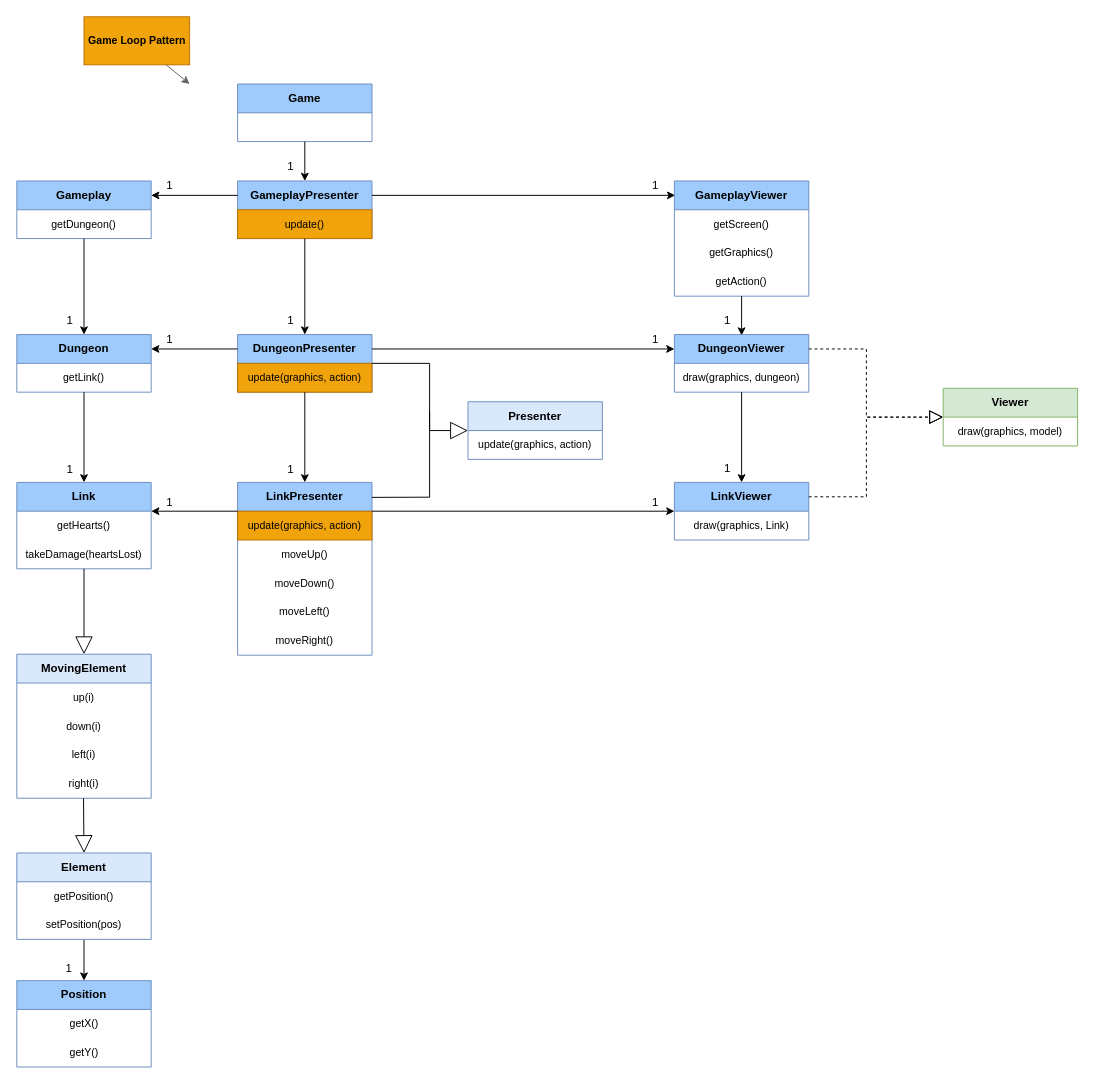
The draw.io diagram UML.drawio in tomas-sucena/2022-FEUP-LDTS, before the edit. Source tidied: cells renumbered, new cells numbered last; positions are measured from the earlier drawing's top-left corner, leaving out a move shared by most shapes. Both pictures are drawn from the tidied source at 96%, with x=0, y=0 at pixel (16, 16).
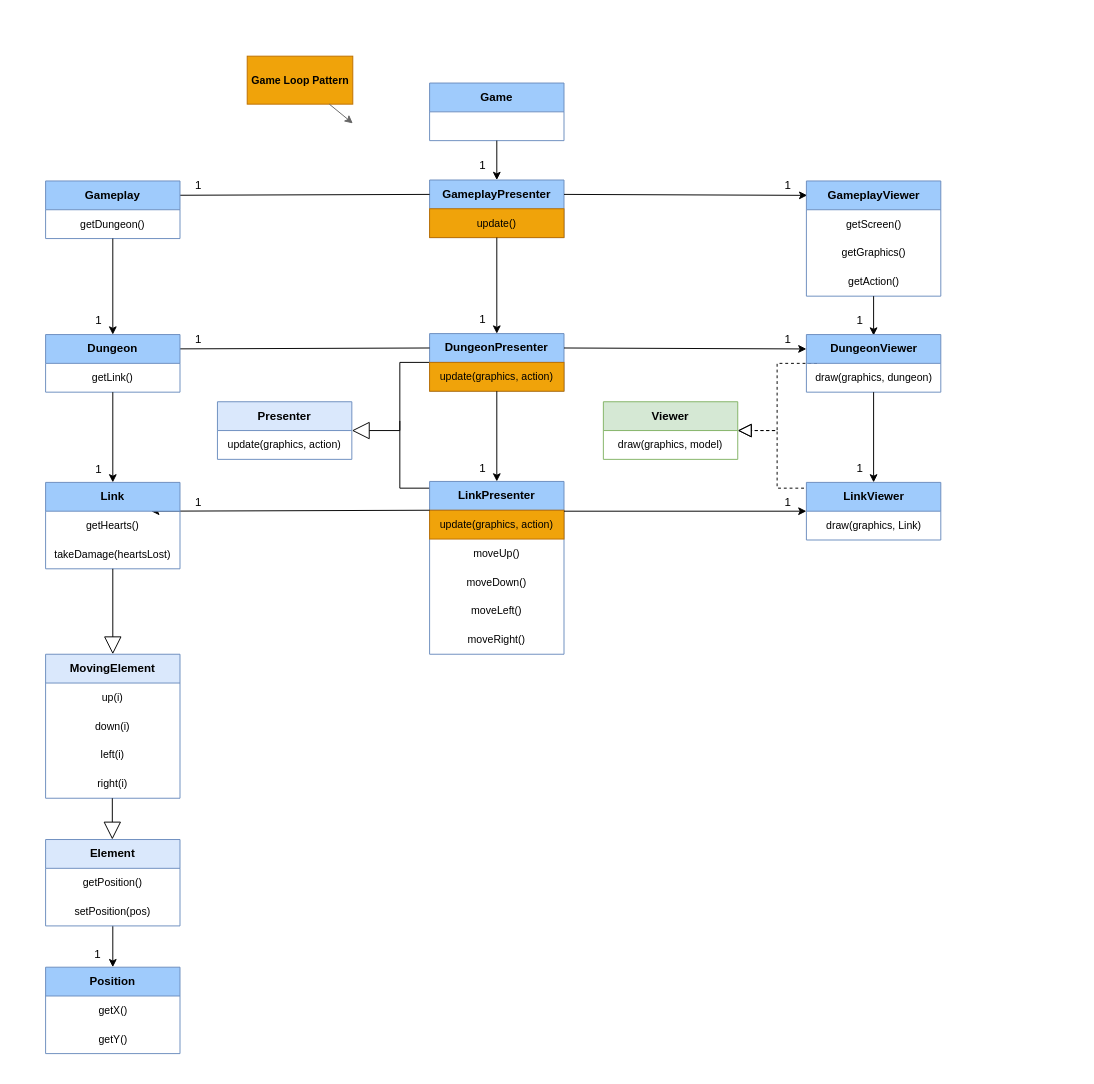
The same page after the edit.

Unchanged cells that the change refers to:
```xml
<mxCell id="24" value="&lt;font style=&quot;font-size: 11px;&quot;&gt;update(graphics, action)&lt;/font&gt;" style="text;html=1;strokeColor=#BD7000;fillColor=#f0a30a;align=center;verticalAlign=middle;whiteSpace=wrap;rounded=0;fontColor=#000000;" parent="23" vertex="1">
  <mxGeometry y="30" width="140" height="30" as="geometry" />
</mxCell>
<mxCell id="40" value="&lt;font style=&quot;font-size: 11px;&quot;&gt;update(graphics, action)&lt;/font&gt;" style="text;html=1;strokeColor=#BD7000;fillColor=#f0a30a;align=center;verticalAlign=middle;whiteSpace=wrap;rounded=0;fontColor=#000000;" parent="39" vertex="1">
  <mxGeometry y="30" width="140" height="30" as="geometry" />
</mxCell>
<mxCell id="46" value="&lt;font style=&quot;font-size: 11px;&quot;&gt;draw(graphics, Link)&lt;/font&gt;" style="text;html=1;strokeColor=none;fillColor=none;align=center;verticalAlign=middle;whiteSpace=wrap;rounded=0;" parent="45" vertex="1">
  <mxGeometry y="30" width="140" height="30" as="geometry" />
</mxCell>
```

The edit, as a diff of the source:
```diff
@@
+    <mxCell id="72" style="endArrow=block;endSize=16;endFill=0;html=1;rounded=0;fontSize=11;exitX=0;exitY=0.5;exitDx=0;exitDy=0;entryX=1;entryY=0.5;entryDx=0;entryDy=0;" parent="1" edge="1" target="73">
+      <mxGeometry relative="1" as="geometry">
+        <mxPoint x="445" y="360" as="sourcePoint" />
+        <Array as="points">
+          <mxPoint x="399" y="360" />
+          <mxPoint x="399" y="431" />
+        </Array>
+      </mxGeometry>
+    </mxCell>
+    <mxCell id="73" value="&lt;b&gt;Presenter&lt;/b&gt;" style="swimlane;fontStyle=0;horizontal=1;startSize=30;whiteSpace=wrap;html=1;fillColor=#dae8fc;strokeColor=#6c8ebf;" parent="1" vertex="1">
+      <mxGeometry x="209" y="401" width="140" height="60" as="geometry" />
+    </mxCell>
+    <mxCell id="74" value="&lt;font style=&quot;font-size: 11px;&quot;&gt;update(graphics, action)&lt;br&gt;&lt;/font&gt;" style="text;html=1;strokeColor=none;fillColor=none;align=center;verticalAlign=middle;whiteSpace=wrap;rounded=0;" parent="73" vertex="1">
+      <mxGeometry y="30" width="140" height="30" as="geometry" />
+    </mxCell>
+    <mxCell id="76" style="endArrow=none;html=1;rounded=0;fontSize=11;startSize=6;jumpSize=6;" parent="1" edge="1">
+      <mxGeometry relative="1" as="geometry">
+        <mxPoint x="445" y="491" as="sourcePoint" />
+        <mxPoint x="399" y="421" as="targetPoint" />
+        <Array as="points">
+          <mxPoint x="399" y="491" />
+        </Array>
+      </mxGeometry>
+    </mxCell>
+    <mxCell id="79" style="endArrow=block;dashed=1;endFill=0;endSize=12;html=1;rounded=0;" parent="1" edge="1">
+      <mxGeometry relative="1" as="geometry">
+        <mxPoint x="832" y="491" as="sourcePoint" />
+        <mxPoint x="751" y="431" as="targetPoint" />
+        <Array as="points">
+          <mxPoint x="792" y="491" />
+          <mxPoint x="792" y="431" />
+        </Array>
+      </mxGeometry>
+    </mxCell>
+    <mxCell id="80" style="endArrow=block;dashed=1;endFill=0;endSize=12;html=1;rounded=0;exitX=0;exitY=0.5;exitDx=0;exitDy=0;" parent="1" edge="1">
+      <mxGeometry relative="1" as="geometry">
+        <mxPoint x="833.5" y="361" as="sourcePoint" />
+        <mxPoint x="751" y="431" as="targetPoint" />
+        <Array as="points">
+          <mxPoint x="792" y="361" />
+          <mxPoint x="792" y="431" />
+        </Array>
+      </mxGeometry>
+    </mxCell>
     <mxCell id="2" value="&lt;b&gt;Game&lt;/b&gt;" style="swimlane;fontStyle=0;horizontal=1;startSize=30;whiteSpace=wrap;html=1;fillColor=#9FCBFC;strokeColor=#6c8ebf;" parent="1" vertex="1">
-      <mxGeometry x="230" y="70" width="140" height="60" as="geometry" />
+      <mxGeometry x="430" y="69" width="140" height="60" as="geometry" />
     </mxCell>
     <mxCell id="3" value="&lt;b&gt;GameplayPresenter&lt;/b&gt;" style="swimlane;fontStyle=0;horizontal=1;startSize=30;whiteSpace=wrap;html=1;fillColor=#9FCBFC;strokeColor=#6c8ebf;" parent="1" vertex="1">
-      <mxGeometry x="230" y="171" width="140" height="60" as="geometry" />
+      <mxGeometry x="430" y="170" width="140" height="60" as="geometry" />
     </mxCell>
@@
     <mxCell id="6" value="1" style="text;html=1;align=center;verticalAlign=middle;strokeColor=none;fillColor=none;" parent="1" vertex="1">
-      <mxGeometry x="270" y="141" width="30" height="30" as="geometry" />
+      <mxGeometry x="470" y="140" width="30" height="30" as="geometry" />
     </mxCell>
@@
     <mxCell id="8" value="1" style="text;html=1;align=center;verticalAlign=middle;strokeColor=none;fillColor=none;" parent="1" vertex="1">
-      <mxGeometry x="650" y="161" width="30" height="30" as="geometry" />
+      <mxGeometry x="787.5" y="161" width="30" height="30" as="geometry" />
     </mxCell>
     <mxCell id="9" value="&lt;b&gt;GameplayViewer&lt;/b&gt;" style="swimlane;fontStyle=0;horizontal=1;startSize=30;whiteSpace=wrap;html=1;fillColor=#9FCBFC;strokeColor=#6c8ebf;" parent="1" vertex="1">
-      <mxGeometry x="685" y="171" width="140" height="120" as="geometry" />
+      <mxGeometry x="822.5" y="171" width="140" height="120" as="geometry" />
     </mxCell>
@@
-    <mxCell id="13" style="endArrow=classic;html=1;rounded=0;exitX=1;exitY=0.25;exitDx=0;exitDy=0;" parent="1" edge="1">
+    <mxCell id="13" style="endArrow=classic;html=1;rounded=0;exitX=0;exitY=0.25;exitDx=0;exitDy=0;" parent="1" edge="1" source="3">
       <mxGeometry relative="1" as="geometry">
-        <mxPoint x="230" y="186" as="sourcePoint" />
         <mxPoint x="140" y="186" as="targetPoint" />
       </mxGeometry>
     </mxCell>
     <mxCell id="14" value="1" style="text;html=1;align=center;verticalAlign=middle;strokeColor=none;fillColor=none;" parent="1" vertex="1">
-      <mxGeometry x="144" y="161" width="30" height="30" as="geometry" />
+      <mxGeometry x="174" y="161" width="30" height="30" as="geometry" />
     </mxCell>
     <mxCell id="15" value="&lt;b&gt;Gameplay&lt;/b&gt;" style="swimlane;fontStyle=0;horizontal=1;startSize=30;whiteSpace=wrap;html=1;fillColor=#9FCBFC;strokeColor=#6c8ebf;" parent="1" vertex="1">
-      <mxGeometry y="171" width="140" height="60" as="geometry" />
+      <mxGeometry x="30" y="171" width="140" height="60" as="geometry" />
     </mxCell>
@@
     <mxCell id="17" style="endArrow=classic;html=1;rounded=0;" parent="1" edge="1">
       <mxGeometry relative="1" as="geometry">
-        <mxPoint x="300" y="231" as="sourcePoint" />
-        <mxPoint x="300" y="331" as="targetPoint" />
+        <mxPoint x="500" y="230" as="sourcePoint" />
+        <mxPoint x="500" y="330" as="targetPoint" />
       </mxGeometry>
     </mxCell>
     <mxCell id="18" value="1" style="text;html=1;align=center;verticalAlign=middle;strokeColor=none;fillColor=none;" parent="1" vertex="1">
-      <mxGeometry x="270" y="301" width="30" height="30" as="geometry" />
+      <mxGeometry x="470" y="300" width="30" height="30" as="geometry" />
     </mxCell>
     <mxCell id="19" style="endArrow=classic;html=1;rounded=0;" parent="1" edge="1">
       <mxGeometry relative="1" as="geometry">
-        <mxPoint x="755" y="291" as="sourcePoint" />
-        <mxPoint x="755" y="332" as="targetPoint" />
+        <mxPoint x="892.5" y="291" as="sourcePoint" />
+        <mxPoint x="892.5" y="332" as="targetPoint" />
       </mxGeometry>
     </mxCell>
     <mxCell id="20" value="1" style="text;html=1;align=center;verticalAlign=middle;strokeColor=none;fillColor=none;" parent="1" vertex="1">
-      <mxGeometry x="725" y="302" width="30" height="30" as="geometry" />
+      <mxGeometry x="862.5" y="302" width="30" height="30" as="geometry" />
     </mxCell>
     <mxCell id="21" style="endArrow=classic;html=1;rounded=0;" parent="1" edge="1">
       <mxGeometry relative="1" as="geometry">
-        <mxPoint x="70" y="231" as="sourcePoint" />
-        <mxPoint x="70" y="331" as="targetPoint" />
+        <mxPoint x="100" y="231" as="sourcePoint" />
+        <mxPoint x="100" y="331" as="targetPoint" />
       </mxGeometry>
     </mxCell>
     <mxCell id="22" value="1" style="text;html=1;align=center;verticalAlign=middle;strokeColor=none;fillColor=none;" parent="1" vertex="1">
-      <mxGeometry x="40" y="301" width="30" height="30" as="geometry" />
+      <mxGeometry x="70" y="301" width="30" height="30" as="geometry" />
     </mxCell>
     <mxCell id="23" value="&lt;b&gt;DungeonPresenter&lt;/b&gt;" style="swimlane;fontStyle=0;horizontal=1;startSize=30;whiteSpace=wrap;html=1;fillColor=#9FCBFC;strokeColor=#6c8ebf;" parent="1" vertex="1">
-      <mxGeometry x="230" y="331" width="140" height="60" as="geometry" />
+      <mxGeometry x="430" y="330" width="140" height="60" as="geometry" />
     </mxCell>
@@
     <mxCell id="26" value="1" style="text;html=1;align=center;verticalAlign=middle;strokeColor=none;fillColor=none;" parent="1" vertex="1">
-      <mxGeometry x="650" y="321" width="30" height="30" as="geometry" />
+      <mxGeometry x="787.5" y="321" width="30" height="30" as="geometry" />
     </mxCell>
     <mxCell id="27" value="&lt;b&gt;DungeonViewer&lt;/b&gt;" style="swimlane;fontStyle=0;horizontal=1;startSize=30;whiteSpace=wrap;html=1;fillColor=#9FCBFC;strokeColor=#6c8ebf;" parent="1" vertex="1">
-      <mxGeometry x="685" y="331" width="140" height="60" as="geometry" />
+      <mxGeometry x="822.5" y="331" width="140" height="60" as="geometry" />
     </mxCell>
@@
-    <mxCell id="29" style="endArrow=classic;html=1;rounded=0;exitX=1;exitY=0.25;exitDx=0;exitDy=0;" parent="1" edge="1">
+    <mxCell id="29" style="endArrow=classic;html=1;rounded=0;exitX=0;exitY=0.25;exitDx=0;exitDy=0;" parent="1" edge="1" source="23">
       <mxGeometry relative="1" as="geometry">
-        <mxPoint x="230" y="346" as="sourcePoint" />
         <mxPoint x="140" y="346" as="targetPoint" />
       </mxGeometry>
     </mxCell>
     <mxCell id="30" value="1" style="text;html=1;align=center;verticalAlign=middle;strokeColor=none;fillColor=none;" parent="1" vertex="1">
-      <mxGeometry x="144" y="321" width="30" height="30" as="geometry" />
+      <mxGeometry x="174" y="321" width="30" height="30" as="geometry" />
     </mxCell>
     <mxCell id="31" value="&lt;b&gt;Dungeon&lt;/b&gt;" style="swimlane;fontStyle=0;horizontal=1;startSize=30;whiteSpace=wrap;html=1;fillColor=#9FCBFC;strokeColor=#6c8ebf;" parent="1" vertex="1">
-      <mxGeometry y="331" width="140" height="60" as="geometry" />
+      <mxGeometry x="30" y="331" width="140" height="60" as="geometry" />
     </mxCell>
@@
     <mxCell id="33" style="endArrow=classic;html=1;rounded=0;entryX=0.5;entryY=0;entryDx=0;entryDy=0;" parent="1" edge="1" target="39">
       <mxGeometry relative="1" as="geometry">
-        <mxPoint x="300" y="391" as="sourcePoint" />
+        <mxPoint x="500" y="390" as="sourcePoint" />
       </mxGeometry>
     </mxCell>
     <mxCell id="34" value="1" style="text;html=1;align=center;verticalAlign=middle;strokeColor=none;fillColor=none;" parent="1" vertex="1">
-      <mxGeometry x="270" y="457" width="30" height="30" as="geometry" />
+      <mxGeometry x="470" y="456" width="30" height="30" as="geometry" />
     </mxCell>
     <mxCell id="35" style="endArrow=classic;html=1;rounded=0;" parent="1" edge="1" target="45">
       <mxGeometry relative="1" as="geometry">
-        <mxPoint x="755" y="391" as="sourcePoint" />
+        <mxPoint x="892.5" y="391" as="sourcePoint" />
       </mxGeometry>
     </mxCell>
     <mxCell id="36" value="1" style="text;html=1;align=center;verticalAlign=middle;strokeColor=none;fillColor=none;" parent="1" vertex="1">
-      <mxGeometry x="725" y="456" width="30" height="30" as="geometry" />
+      <mxGeometry x="862.5" y="456" width="30" height="30" as="geometry" />
     </mxCell>
     <mxCell id="37" style="endArrow=classic;html=1;rounded=0;entryX=0.5;entryY=0;entryDx=0;entryDy=0;" parent="1" edge="1" target="49">
       <mxGeometry relative="1" as="geometry">
-        <mxPoint x="70" y="391" as="sourcePoint" />
+        <mxPoint x="100" y="391" as="sourcePoint" />
       </mxGeometry>
     </mxCell>
     <mxCell id="38" value="1" style="text;html=1;align=center;verticalAlign=middle;strokeColor=none;fillColor=none;" parent="1" vertex="1">
-      <mxGeometry x="40" y="457" width="30" height="30" as="geometry" />
+      <mxGeometry x="70" y="457" width="30" height="30" as="geometry" />
     </mxCell>
     <mxCell id="39" value="&lt;b&gt;LinkPresenter&lt;/b&gt;" style="swimlane;fontStyle=0;horizontal=1;startSize=30;whiteSpace=wrap;html=1;fillColor=#9FCBFC;strokeColor=#6c8ebf;" parent="1" vertex="1">
-      <mxGeometry x="230" y="485" width="140" height="180" as="geometry" />
+      <mxGeometry x="430" y="484" width="140" height="180" as="geometry" />
     </mxCell>
@@
     <mxCell id="45" value="&lt;b&gt;LinkViewer&lt;/b&gt;" style="swimlane;fontStyle=0;horizontal=1;startSize=30;whiteSpace=wrap;html=1;fillColor=#9FCBFC;strokeColor=#6c8ebf;" parent="1" vertex="1">
-      <mxGeometry x="685" y="485" width="140" height="60" as="geometry" />
+      <mxGeometry x="822.5" y="485" width="140" height="60" as="geometry" />
     </mxCell>
@@
-    <mxCell id="47" style="endArrow=classic;html=1;rounded=0;exitX=1;exitY=0.25;exitDx=0;exitDy=0;" parent="1" edge="1">
+    <mxCell id="47" style="endArrow=classic;html=1;rounded=0;exitX=0;exitY=0;exitDx=0;exitDy=0;" parent="1" edge="1" source="40">
       <mxGeometry relative="1" as="geometry">
-        <mxPoint x="230" y="515" as="sourcePoint" />
         <mxPoint x="140" y="515" as="targetPoint" />
       </mxGeometry>
     </mxCell>
     <mxCell id="48" value="1" style="text;html=1;align=center;verticalAlign=middle;strokeColor=none;fillColor=none;" parent="1" vertex="1">
-      <mxGeometry x="144" y="491" width="30" height="30" as="geometry" />
+      <mxGeometry x="174" y="491" width="30" height="30" as="geometry" />
     </mxCell>
     <mxCell id="49" value="&lt;b&gt;Link&lt;/b&gt;" style="swimlane;fontStyle=0;horizontal=1;startSize=30;whiteSpace=wrap;html=1;fillColor=#9FCBFC;strokeColor=#6c8ebf;" parent="1" vertex="1">
-      <mxGeometry y="485" width="140" height="90" as="geometry" />
+      <mxGeometry x="30" y="485" width="140" height="90" as="geometry" />
     </mxCell>
@@
     <mxCell id="52" style="endArrow=classic;html=1;rounded=0;entryX=0.5;entryY=0;entryDx=0;entryDy=0;" parent="1" edge="1" target="66">
       <mxGeometry relative="1" as="geometry">
-        <mxPoint x="70" y="961" as="sourcePoint" />
+        <mxPoint x="100" y="947" as="sourcePoint" />
       </mxGeometry>
     </mxCell>
     <mxCell id="53" value="1" style="text;html=1;align=center;verticalAlign=middle;strokeColor=none;fillColor=none;" parent="1" vertex="1">
-      <mxGeometry x="39.3" y="976" width="30" height="30" as="geometry" />
+      <mxGeometry x="69.3" y="962" width="30" height="30" as="geometry" />
     </mxCell>
-    <mxCell id="54" style="endArrow=classic;html=1;rounded=0;exitX=1;exitY=0.25;exitDx=0;exitDy=0;entryX=0;entryY=0.25;entryDx=0;entryDy=0;" parent="1" edge="1">
+    <mxCell id="54" style="endArrow=classic;html=1;rounded=0;entryX=0;entryY=0;entryDx=0;entryDy=0;" parent="1" edge="1" target="46">
       <mxGeometry relative="1" as="geometry">
-        <mxPoint x="370" y="515" as="sourcePoint" />
-        <mxPoint x="685" y="515" as="targetPoint" />
+        <mxPoint x="570" y="515" as="sourcePoint" />
       </mxGeometry>
     </mxCell>
     <mxCell id="55" value="1" style="text;html=1;align=center;verticalAlign=middle;strokeColor=none;fillColor=none;" parent="1" vertex="1">
-      <mxGeometry x="650" y="491" width="30" height="30" as="geometry" />
+      <mxGeometry x="787.5" y="491" width="30" height="30" as="geometry" />
     </mxCell>
@@
     <mxCell id="57" value="&lt;b&gt;MovingElement&lt;/b&gt;" style="swimlane;fontStyle=0;horizontal=1;startSize=30;whiteSpace=wrap;html=1;fillColor=#dae8fc;strokeColor=#6c8ebf;" parent="1" vertex="1">
-      <mxGeometry y="664" width="140" height="150" as="geometry" />
+      <mxGeometry x="30" y="664" width="140" height="150" as="geometry" />
     </mxCell>
@@
-    <mxCell id="62" style="endArrow=block;endSize=16;endFill=0;html=1;rounded=0;fontSize=11;" parent="1" edge="1">
-      <mxGeometry relative="1" as="geometry">
-        <mxPoint x="69.5" y="814" as="sourcePoint" />
-        <mxPoint x="70" y="871" as="targetPoint" />
-        <Array as="points">
-          <mxPoint x="69.5" y="814" />
-        </Array>
-      </mxGeometry>
-    </mxCell>
     <mxCell id="63" value="&lt;b&gt;Element&lt;/b&gt;" style="swimlane;fontStyle=0;horizontal=1;startSize=30;whiteSpace=wrap;html=1;fillColor=#dae8fc;strokeColor=#6c8ebf;" parent="1" vertex="1">
-      <mxGeometry y="871" width="140" height="90" as="geometry" />
+      <mxGeometry x="30" y="857" width="140" height="90" as="geometry" />
     </mxCell>
@@
     <mxCell id="66" value="&lt;b&gt;Position&lt;/b&gt;" style="swimlane;fontStyle=0;horizontal=1;startSize=30;whiteSpace=wrap;html=1;fillColor=#9FCBFC;strokeColor=#6c8ebf;" parent="1" vertex="1">
-      <mxGeometry y="1004" width="140" height="90" as="geometry" />
+      <mxGeometry x="30" y="990" width="140" height="90" as="geometry" />
     </mxCell>
@@
-    <mxCell id="69" style="endArrow=block;dashed=1;endFill=0;endSize=12;html=1;rounded=0;fontSize=11;exitX=1;exitY=0.25;exitDx=0;exitDy=0;" parent="1" edge="1" source="45">
-      <mxGeometry relative="1" as="geometry">
-        <mxPoint x="965" y="417" as="targetPoint" />
-        <Array as="points">
-          <mxPoint x="885" y="500" />
-          <mxPoint x="885" y="417" />
-        </Array>
-      </mxGeometry>
-    </mxCell>
+    <mxCell id="77" value="&lt;b&gt;Game Loop Pattern&lt;/b&gt;" style="html=1;fontSize=11;fillColor=#f0a30a;fontColor=#000000;strokeColor=#BD7000;" parent="1" vertex="1">
+      <mxGeometry x="240" y="41" width="110" height="50" as="geometry" />
+    </mxCell>
+    <mxCell id="78" style="endArrow=classic;html=1;rounded=0;fontSize=11;startSize=6;jumpSize=6;fillColor=#f5f5f5;strokeColor=#666666;" parent="1" edge="1" source="77">
+      <mxGeometry relative="1" as="geometry">
+        <mxPoint x="350" y="111" as="targetPoint" />
+      </mxGeometry>
+    </mxCell>
     <mxCell id="70" value="&lt;b&gt;Viewer&lt;/b&gt;" style="swimlane;fontStyle=0;horizontal=1;startSize=30;whiteSpace=wrap;html=1;fillColor=#d5e8d4;strokeColor=#82b366;" parent="1" vertex="1">
-      <mxGeometry x="965" y="387" width="140" height="60" as="geometry" />
+      <mxGeometry x="611" y="401" width="140" height="60" as="geometry" />
     </mxCell>
@@
-    <mxCell id="72" style="endArrow=block;endSize=16;endFill=0;html=1;rounded=0;fontSize=11;entryX=0;entryY=0;entryDx=0;entryDy=0;exitX=1;exitY=0;exitDx=0;exitDy=0;" parent="1" edge="1" source="24" target="74">
-      <mxGeometry relative="1" as="geometry">
-        <Array as="points">
-          <mxPoint x="430" y="361" />
-          <mxPoint x="430" y="431" />
-        </Array>
-      </mxGeometry>
-    </mxCell>
-    <mxCell id="73" value="&lt;b&gt;Presenter&lt;/b&gt;" style="swimlane;fontStyle=0;horizontal=1;startSize=30;whiteSpace=wrap;html=1;fillColor=#dae8fc;strokeColor=#6c8ebf;" parent="1" vertex="1">
-      <mxGeometry x="470" y="401" width="140" height="60" as="geometry" />
-    </mxCell>
-    <mxCell id="74" value="&lt;font style=&quot;font-size: 11px;&quot;&gt;update(graphics, action)&lt;br&gt;&lt;/font&gt;" style="text;html=1;strokeColor=none;fillColor=none;align=center;verticalAlign=middle;whiteSpace=wrap;rounded=0;" parent="73" vertex="1">
-      <mxGeometry y="30" width="140" height="30" as="geometry" />
-    </mxCell>
-    <mxCell id="75" style="endArrow=block;dashed=1;endFill=0;endSize=12;html=1;rounded=0;fontSize=11;exitX=1;exitY=0.25;exitDx=0;exitDy=0;" parent="1" edge="1" source="27">
-      <mxGeometry relative="1" as="geometry">
-        <mxPoint x="965" y="417" as="targetPoint" />
-        <Array as="points">
-          <mxPoint x="885" y="346" />
-          <mxPoint x="885" y="417" />
-          <mxPoint x="945" y="417" />
-        </Array>
-      </mxGeometry>
-    </mxCell>
-    <mxCell id="76" style="endArrow=none;html=1;rounded=0;fontSize=11;startSize=6;jumpSize=6;exitX=1;exitY=0;exitDx=0;exitDy=0;" parent="1" edge="1">
-      <mxGeometry relative="1" as="geometry">
-        <mxPoint x="370" y="500.6" as="sourcePoint" />
-        <mxPoint x="430" y="411" as="targetPoint" />
-        <Array as="points">
-          <mxPoint x="430" y="500.4" />
-        </Array>
-      </mxGeometry>
-    </mxCell>
-    <mxCell id="77" value="&lt;b&gt;Game Loop Pattern&lt;/b&gt;" style="html=1;fontSize=11;fillColor=#f0a30a;fontColor=#000000;strokeColor=#BD7000;" parent="1" vertex="1">
-      <mxGeometry x="70" width="110" height="50" as="geometry" />
-    </mxCell>
-    <mxCell id="78" style="endArrow=classic;html=1;rounded=0;fontSize=11;startSize=6;jumpSize=6;fillColor=#f5f5f5;strokeColor=#666666;" parent="1" edge="1" source="77">
-      <mxGeometry relative="1" as="geometry">
-        <mxPoint x="180" y="70" as="targetPoint" />
-      </mxGeometry>
-    </mxCell>
+    <mxCell id="81" style="endArrow=block;endSize=16;endFill=0;html=1;rounded=0;fontSize=11;" parent="1" edge="1">
+      <mxGeometry relative="1" as="geometry">
+        <mxPoint x="99.5" y="814" as="sourcePoint" />
+        <mxPoint x="99.5" y="857" as="targetPoint" />
+      </mxGeometry>
+    </mxCell>
```
